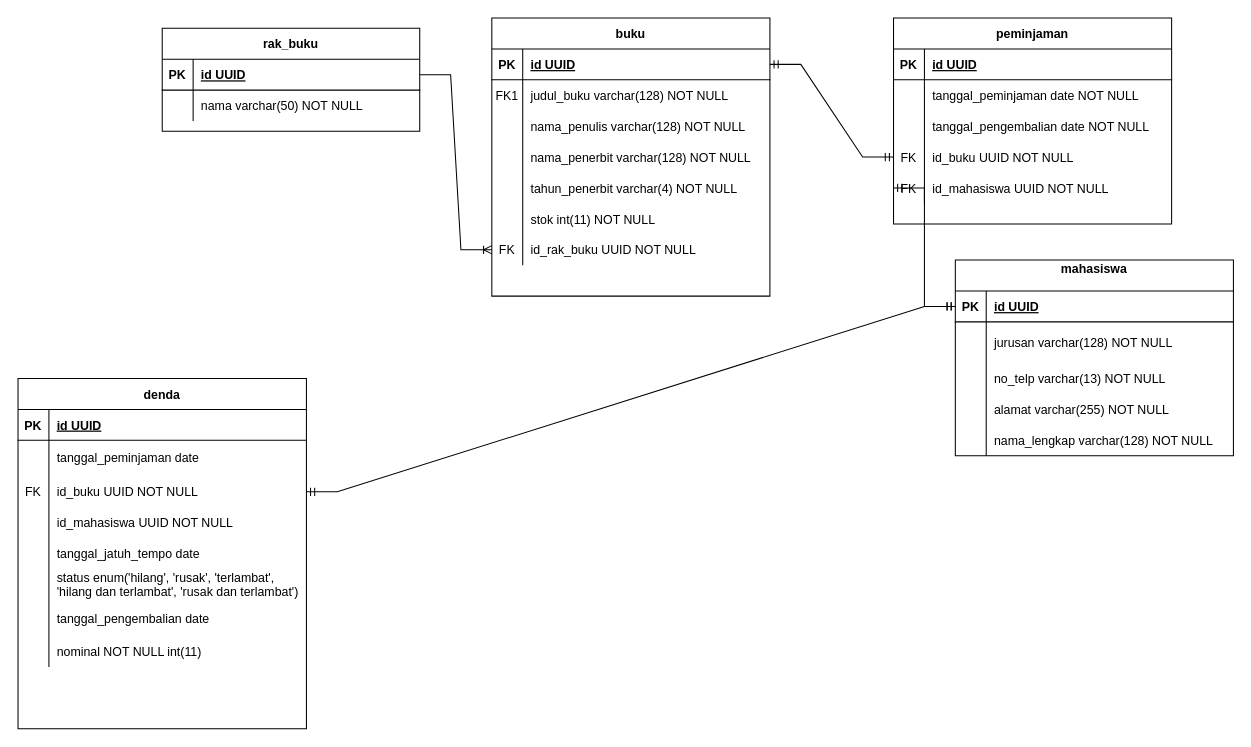
Before: erd/perpustakaan.drawio in lukmanharun1/perpustakaan, a draw.io diagram. Source tidied: cells renumbered, new cells numbered last; positions are measured from the earlier drawing's top-left corner, leaving out a move shared by most shapes. Both pictures are drawn from the tidied source at 103%, with x=0, y=0 at pixel (18, 18).
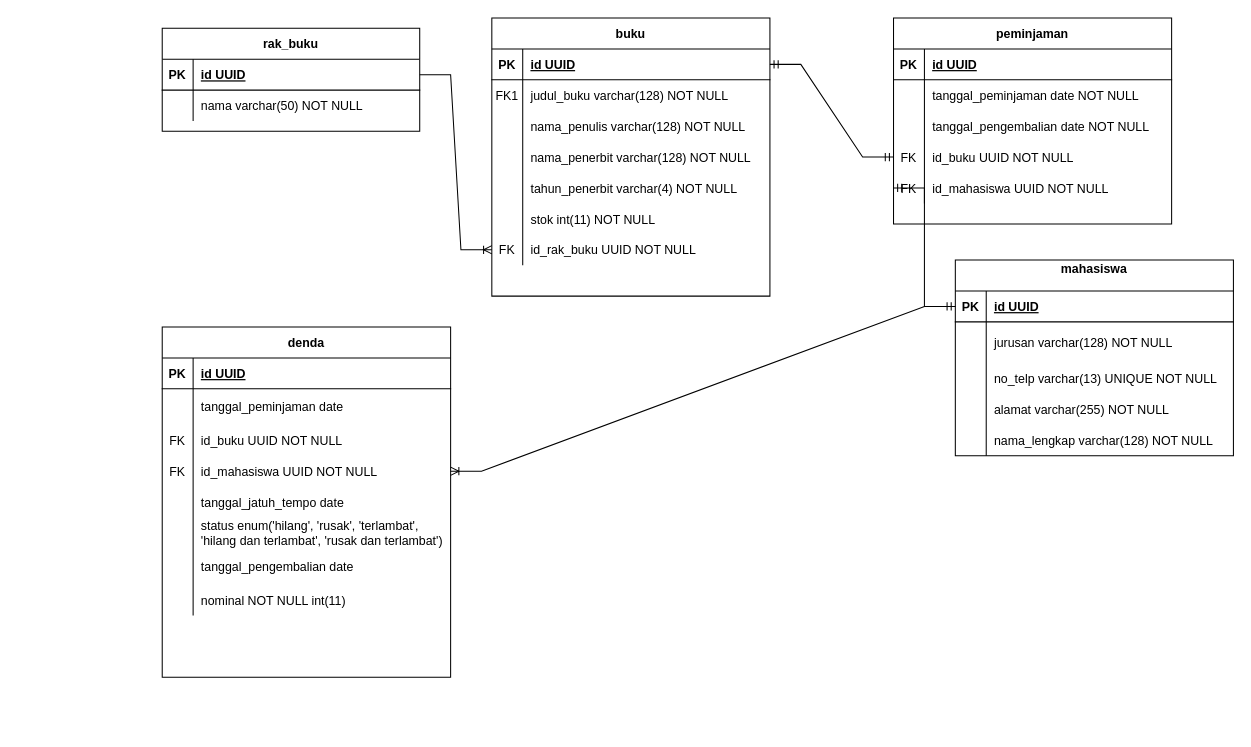
The same diagram, later.

The change refers to these unchanged cells:
```xml
<mxCell id="32" style="shape=partialRectangle;fillColor=none;points=[[0,0.5],[1,0.5]];portConstraint=eastwest;top=0;left=0;right=0;bottom=1;" parent="31" vertex="1">
  <mxGeometry y="30" width="270" height="30" as="geometry" />
</mxCell>
<mxCell id="38" style="shape=partialRectangle;fillColor=none;top=0;left=0;right=0;bottom=0;" parent="31" vertex="1">
  <mxGeometry y="100" width="270" height="30" as="geometry" />
</mxCell>
<mxCell id="71" style="shape=partialRectangle;fillColor=none;points=[[0,0.5],[1,0.5]];portConstraint=eastwest;top=0;left=0;right=0;bottom=0;" parent="64" vertex="1">
  <mxGeometry y="95" width="280" height="30" as="geometry" />
</mxCell>
<mxCell id="74" style="shape=partialRectangle;fillColor=none;points=[[0,0.5],[1,0.5]];portConstraint=eastwest;top=0;left=0;right=0;bottom=0;" parent="64" vertex="1">
  <mxGeometry y="125" width="280" height="30" as="geometry" />
</mxCell>
```

Diff of the diagram source:
```diff
@@
-    <mxCell id="40" value="no_telp varchar(13) NOT NULL" style="shape=partialRectangle;overflow=hidden;fillColor=none;top=0;left=0;bottom=0;right=0;align=left;spacingLeft=6;" parent="38" vertex="1">
+    <mxCell id="40" value="no_telp varchar(13) UNIQUE NOT NULL" style="shape=partialRectangle;overflow=hidden;fillColor=none;top=0;left=0;bottom=0;right=0;align=left;spacingLeft=6;" parent="38" vertex="1">
       <mxGeometry x="30" width="240" height="30" as="geometry" />
     </mxCell>
@@
     <mxCell id="64" value="denda" style="shape=table;startSize=30;childLayout=tableLayout;rowLines=0;fontStyle=1;align=center;" parent="1" vertex="1">
-      <mxGeometry y="350" width="280" height="340" as="geometry" />
+      <mxGeometry x="140" y="300" width="280" height="340" as="geometry" />
     </mxCell>
@@
-    <mxCell id="75" style="shape=partialRectangle;overflow=hidden;fillColor=none;top=0;left=0;bottom=0;right=0;" parent="74" vertex="1">
+    <mxCell id="75" value="FK" style="shape=partialRectangle;overflow=hidden;fillColor=none;top=0;left=0;bottom=0;right=0;" parent="74" vertex="1">
       <mxGeometry width="30" height="30" as="geometry" />
     </mxCell>
@@
-    <mxCell id="91" style="edgeStyle=entityRelationEdgeStyle;fontSize=12;html=1;endArrow=ERmandOne;startArrow=ERmandOne;rounded=0;entryX=1;entryY=0.5;entryDx=0;entryDy=0;" parent="1" edge="1" source="32" target="71">
-      <mxGeometry relative="1" as="geometry" />
-    </mxCell>
+    <mxCell id="92" style="edgeStyle=entityRelationEdgeStyle;fontSize=12;html=1;endArrow=ERoneToMany;rounded=0;exitX=0;exitY=0.5;exitDx=0;exitDy=0;entryX=1;entryY=0.5;entryDx=0;entryDy=0;" parent="1" edge="1" source="32" target="74">
+      <mxGeometry relative="1" as="geometry" />
+    </mxCell>
```
